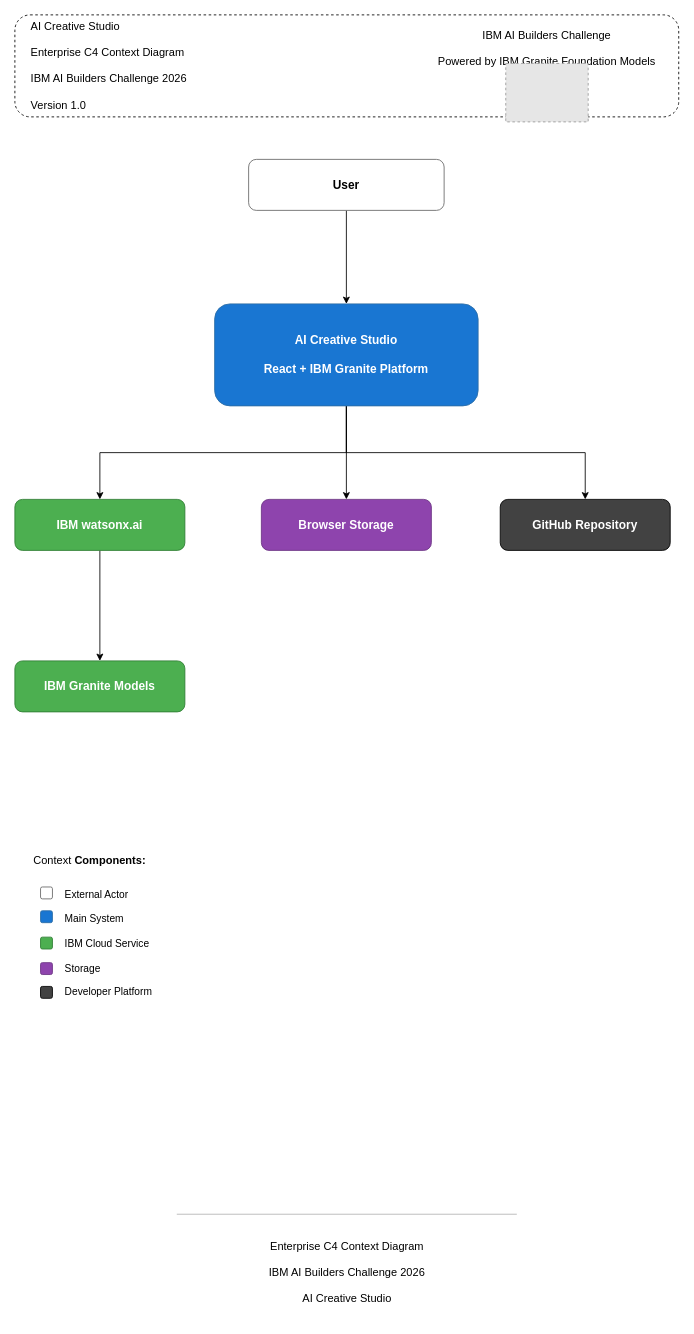
Earlier version of the draw.io diagram docs/diagrams/C4-Context.drawio (HiwaMajidpour/AI-Builders-Challenge). Source tidied: cells renumbered, new cells numbered last; positions are measured from the earlier drawing's top-left corner, leaving out a move shared by most shapes. Both pictures are drawn from the tidied source at 85%, with x=0, y=0 at pixel (14, 14). Pictures stored in the file or linked from it are replaced by grey dashed boxes.
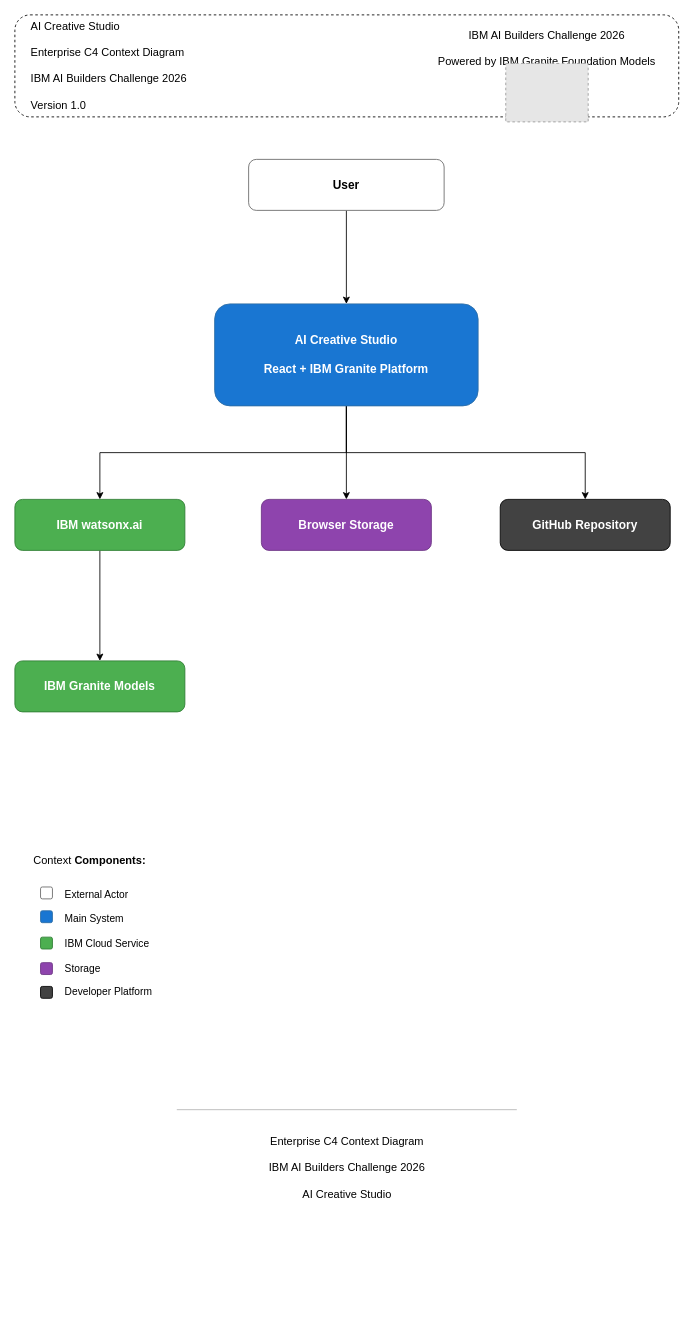
After the change.

What changed in the source:
```diff
@@
-    <mxCell id="4" value="&lt;div&gt;&lt;span style=&quot;font-size: 13px;&quot;&gt;IBM AI Builders Challenge&lt;/span&gt;&lt;/div&gt;&lt;div&gt;&lt;span style=&quot;font-size: 13px;&quot;&gt;&lt;br&gt;&lt;/span&gt;&lt;/div&gt;&lt;div&gt;&lt;span style=&quot;font-size: 13px;&quot;&gt;Powered by IBM Granite Foundation Models&lt;/span&gt;&lt;/div&gt;" style="text;html=1;whiteSpace=wrap;strokeColor=none;fillColor=none;align=center;verticalAlign=middle;rounded=0;" parent="1" vertex="1">
+    <mxCell id="4" value="&lt;div&gt;&lt;span style=&quot;font-size: 13px;&quot;&gt;IBM AI Builders Challenge 2026&lt;/span&gt;&lt;/div&gt;&lt;div&gt;&lt;span style=&quot;font-size: 13px;&quot;&gt;&lt;br&gt;&lt;/span&gt;&lt;/div&gt;&lt;div&gt;&lt;span style=&quot;font-size: 13px;&quot;&gt;Powered by IBM Granite Foundation Models&lt;/span&gt;&lt;/div&gt;" style="text;html=1;whiteSpace=wrap;strokeColor=none;fillColor=none;align=center;verticalAlign=middle;rounded=0;" parent="1" vertex="1">
       <mxGeometry x="481" y="10" width="290" height="60" as="geometry" />
     </mxCell>
@@
     <mxCell id="11" value="&lt;div&gt;&lt;span style=&quot;font-size: 13px;&quot;&gt;Enterprise C4 Context Diagram&lt;/span&gt;&lt;/div&gt;&lt;div&gt;&lt;span style=&quot;font-size: 13px;&quot;&gt;&lt;br&gt;&lt;/span&gt;&lt;/div&gt;&lt;div&gt;&lt;span style=&quot;font-size: 13px;&quot;&gt;IBM AI Builders Challenge 2026&lt;/span&gt;&lt;/div&gt;&lt;div&gt;&lt;span style=&quot;font-size: 13px;&quot;&gt;&lt;br&gt;&lt;/span&gt;&lt;/div&gt;&lt;div&gt;&lt;span style=&quot;font-size: 13px;&quot;&gt;AI Creative Studio&lt;/span&gt;&lt;/div&gt;" style="text;html=1;whiteSpace=wrap;strokeColor=none;fillColor=none;align=center;verticalAlign=middle;rounded=0;" parent="1" vertex="1">
-      <mxGeometry x="242.5" y="1424" width="296" height="110" as="geometry" />
+      <mxGeometry x="242.5" y="1301" width="296" height="110" as="geometry" />
     </mxCell>
     <mxCell id="12" style="endArrow=none;html=1;rounded=0;fontFamily=Helvetica;fontSize=12;fontColor=default;strokeColor=#B3B3B3;" parent="1" edge="1">
       <mxGeometry relative="1" as="geometry">
-        <mxPoint x="190.5" y="1411" as="sourcePoint" />
-        <mxPoint x="590.5" y="1411" as="targetPoint" />
+        <mxPoint x="190.5" y="1288" as="sourcePoint" />
+        <mxPoint x="590.5" y="1288" as="targetPoint" />
       </mxGeometry>
     </mxCell>
```
